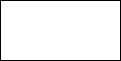
Above: AddContactToFdnList.drawio.png in Bkingreturn/PicGallery (draw.io), before the change. Source tidied: cells renumbered, new cells last; positions are measured from the earlier drawing's top-left corner, leaving out a move shared by most shapes.
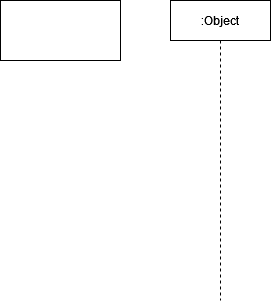
Above is the later version.

Change to the diagram source:
```diff
@@ -5,5 +5,8 @@
     <mxCell id="2" style="rounded=0;whiteSpace=wrap;html=1;" parent="1" vertex="1">
       <mxGeometry width="120" height="60" as="geometry" />
     </mxCell>
+    <mxCell id="3" value=":Object" style="shape=umlLifeline;perimeter=lifelinePerimeter;whiteSpace=wrap;html=1;newEdgeStyle={&quot;curved&quot;:0,&quot;rounded&quot;:0};" parent="1" vertex="1">
+      <mxGeometry x="170" width="100" height="300" as="geometry" />
+    </mxCell>
   </root>
 </mxGraphModel>
```
